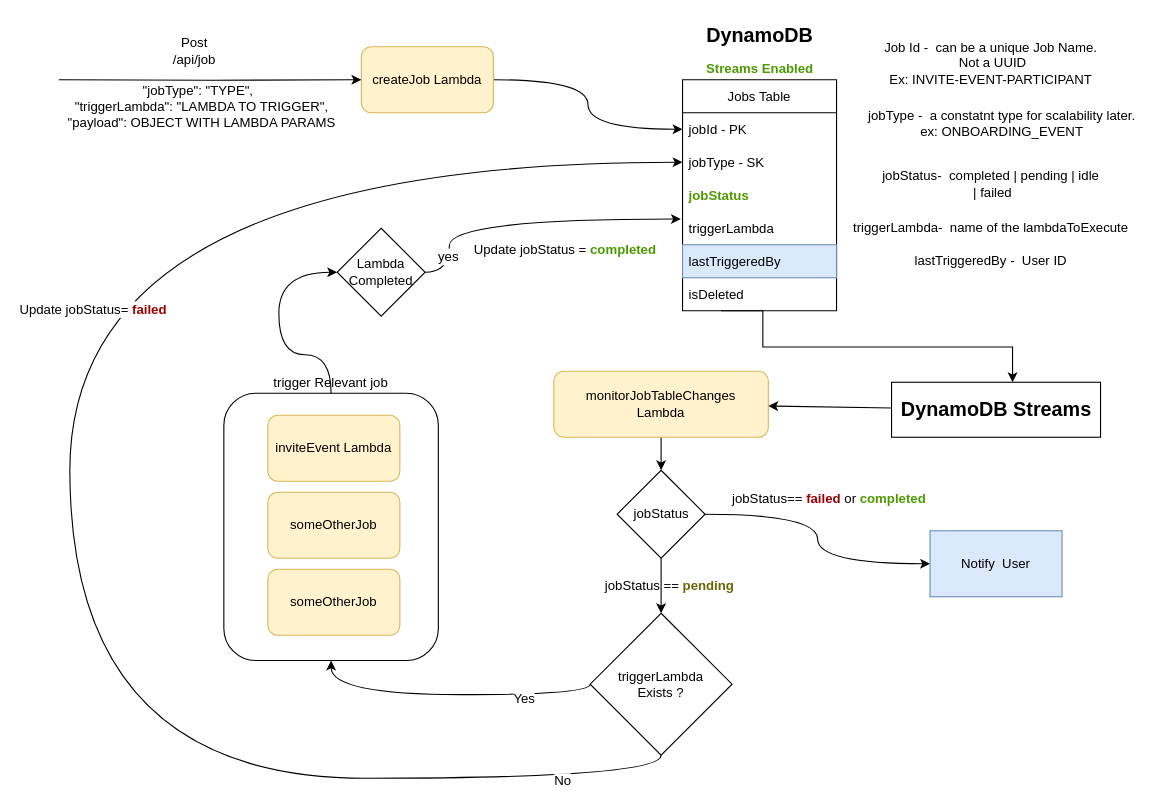
heshanWick/superglu-diagrams keeps this draw.io diagram as Background Job Flow.drawio. Above is the earlier version. Source tidied: cells renumbered, new cells numbered last; positions are measured from the earlier drawing's top-left corner, leaving out a move shared by most shapes. Both pictures are drawn from the tidied source at 110%, with x=0, y=0 at pixel (51, 19).
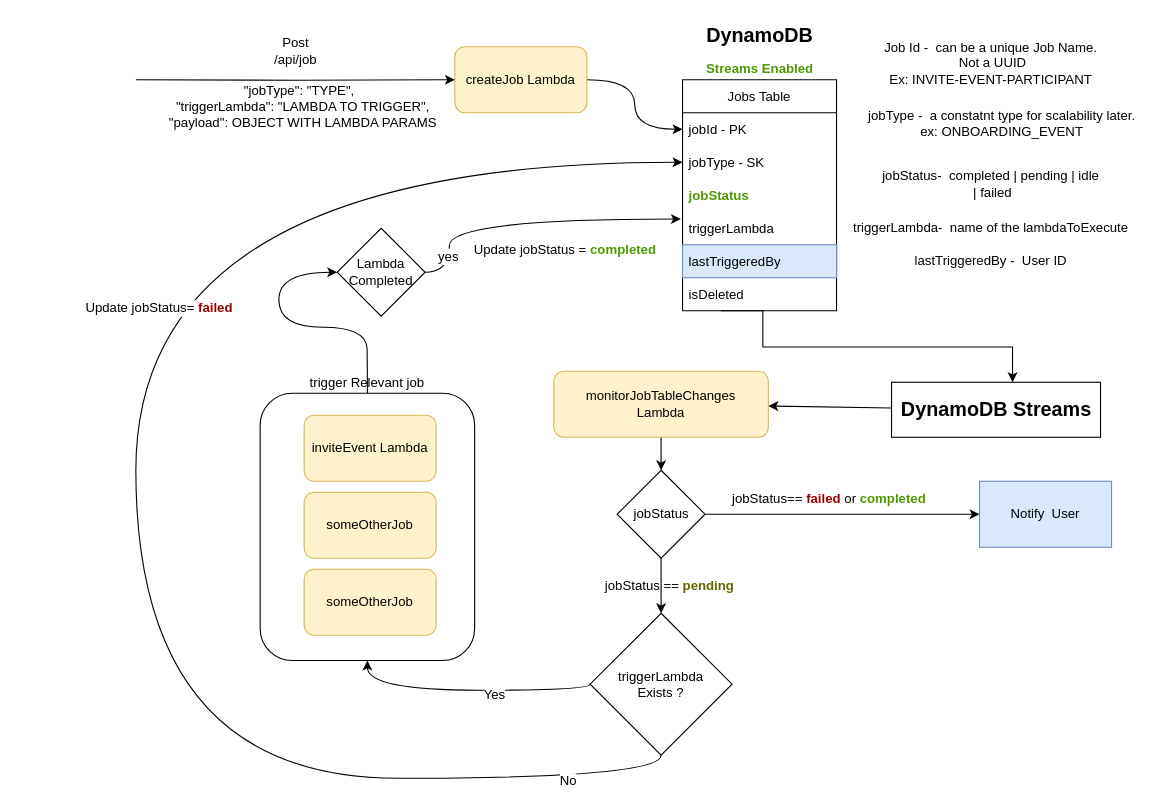
Above is the later version.

The change refers to these unchanged cells:
```xml
<mxCell id="5" value="jobType - SK" style="text;strokeColor=none;fillColor=none;align=left;verticalAlign=middle;spacingLeft=4;spacingRight=4;overflow=hidden;points=[[0,0.5],[1,0.5]];portConstraint=eastwest;" parent="3" vertex="1">
  <mxGeometry y="60" width="140" height="30" as="geometry" />
</mxCell>
<mxCell id="22" value="&lt;div&gt;Lambda&lt;/div&gt;&lt;div&gt;Completed&lt;br&gt;&lt;/div&gt;" style="rhombus;whiteSpace=wrap;html=1;fontSize=12;" parent="1" vertex="1">
  <mxGeometry x="260" y="190" width="80" height="80" as="geometry" />
</mxCell>
<mxCell id="28" value="&lt;div&gt;triggerLambda&lt;/div&gt;&lt;div&gt;Exists ?&lt;br&gt;&lt;/div&gt;" style="rhombus;whiteSpace=wrap;html=1;fontSize=12;" parent="1" vertex="1">
  <mxGeometry x="490" y="540" width="129" height="129" as="geometry" />
</mxCell>
<mxCell id="41" value="trigger Relevant job" style="rounded=1;whiteSpace=wrap;html=1;fontSize=12;labelPosition=center;verticalLabelPosition=top;align=center;verticalAlign=bottom;" parent="40" vertex="1">
  <mxGeometry width="195" height="243" as="geometry" />
</mxCell>
```

What changed in the source:
```diff
@@
     <mxCell id="13" value="createJob Lambda" style="rounded=1;whiteSpace=wrap;html=1;fontSize=12;fillColor=#fff2cc;strokeColor=#d6b656;" parent="1" vertex="1">
-      <mxGeometry x="282" y="25" width="120" height="60" as="geometry" />
+      <mxGeometry x="367" y="25" width="120" height="60" as="geometry" />
     </mxCell>
@@
     <mxCell id="23" style="edgeStyle=orthogonalEdgeStyle;curved=1;rounded=0;jettySize=auto;html=1;fontSize=12;exitX=0.5;exitY=1;exitDx=0;exitDy=0;entryX=0;entryY=0.5;entryDx=0;entryDy=0;" parent="1" edge="1" source="28" target="5">
       <mxGeometry relative="1" as="geometry">
         <Array as="points">
           <mxPoint x="554" y="690" />
-          <mxPoint x="17" y="690" />
-          <mxPoint x="17" y="130" />
+          <mxPoint x="77" y="690" />
+          <mxPoint x="77" y="130" />
         </Array>
       </mxGeometry>
     </mxCell>
@@
-    <mxCell id="26" style="edgeStyle=orthogonalEdgeStyle;rounded=0;jettySize=auto;html=1;exitX=0;exitY=0.5;exitDx=0;exitDy=0;entryX=0.5;entryY=1;entryDx=0;entryDy=0;fontSize=12;curved=1;" parent="1" edge="1" source="28" target="41">
+    <mxCell id="26" style="edgeStyle=orthogonalEdgeStyle;rounded=0;jettySize=auto;html=1;exitX=0;exitY=0.5;exitDx=0;exitDy=0;fontSize=12;curved=1;entryX=0.5;entryY=1;entryDx=0;entryDy=0;" parent="1" edge="1" source="28" target="41">
       <mxGeometry relative="1" as="geometry">
         <Array as="points">
-          <mxPoint x="254" y="614" />
+          <mxPoint x="490" y="610" />
+          <mxPoint x="288" y="610" />
         </Array>
       </mxGeometry>
     </mxCell>
     <mxCell id="27" value="Yes" style="edgeLabel;html=1;align=center;verticalAlign=middle;fontSize=12;" parent="26" vertex="1">
-      <mxGeometry x="-0.49" y="3" relative="1" as="geometry" />
+      <mxGeometry x="-0.49" y="3" relative="1" as="geometry">
+        <mxPoint x="-33" as="offset" />
+      </mxGeometry>
     </mxCell>
@@
     <mxCell id="34" value="Notify&amp;nbsp; User" style="rounded=0;whiteSpace=wrap;html=1;fontSize=12;fillColor=#dae8fc;strokeColor=#6c8ebf;" parent="1" vertex="1">
-      <mxGeometry x="799" y="465" width="120" height="60" as="geometry" />
+      <mxGeometry x="844" y="420" width="120" height="60" as="geometry" />
     </mxCell>
@@
     <mxCell id="36" style="edgeStyle=orthogonalEdgeStyle;rounded=0;jettySize=auto;html=1;" parent="1" edge="1" target="13">
       <mxGeometry relative="1" as="geometry">
-        <mxPoint x="7" y="55" as="sourcePoint" />
+        <mxPoint x="77" y="55" as="sourcePoint" />
       </mxGeometry>
     </mxCell>
     <mxCell id="37" value="&lt;div&gt;&lt;br&gt;&lt;/div&gt;&lt;div&gt;&lt;div&gt;Post&lt;/div&gt;&lt;div&gt;/api/job&lt;/div&gt;&lt;div&gt;&amp;nbsp; &lt;br&gt;&lt;/div&gt;&lt;/div&gt;&lt;div&gt;&amp;nbsp; &quot;jobType&quot;: &quot;TYPE&quot;,&lt;/div&gt;&amp;nbsp;&amp;nbsp;&amp;nbsp; &quot;triggerLambda&quot;: &quot;LAMBDA TO TRIGGER&quot;,&lt;br&gt;&amp;nbsp;&amp;nbsp;&amp;nbsp; &quot;payload&quot;: OBJECT WITH LAMBDA PARAMS&lt;br&gt;&lt;div&gt;&lt;br&gt;&lt;br&gt;&lt;/div&gt;" style="text;html=1;align=center;verticalAlign=middle;strokeColor=none;fillColor=none;fontSize=12;" parent="1" vertex="1">
-      <mxGeometry width="260" height="130" as="geometry" />
+      <mxGeometry x="92" width="260" height="130" as="geometry" />
     </mxCell>
@@
     <mxCell id="40" style="group;" parent="1" vertex="1">
-      <mxGeometry x="157" y="340" width="195" height="243" as="geometry" />
+      <mxGeometry x="190" y="340" width="195" height="243" as="geometry" />
     </mxCell>
@@
-    <mxCell id="45" style="edgeStyle=orthogonalEdgeStyle;curved=1;rounded=0;jettySize=auto;html=1;entryX=0;entryY=0.5;entryDx=0;entryDy=0;" parent="1" edge="1" source="41" target="22">
+    <mxCell id="45" style="edgeStyle=orthogonalEdgeStyle;curved=1;rounded=0;jettySize=auto;html=1;entryX=0;entryY=0.5;entryDx=0;entryDy=0;exitX=0.5;exitY=0;exitDx=0;exitDy=0;" parent="1" edge="1" source="41" target="22">
       <mxGeometry relative="1" as="geometry">
         <Array as="points">
-          <mxPoint x="254" y="305" />
-          <mxPoint x="207" y="305" />
+          <mxPoint x="287" y="320" />
+          <mxPoint x="287" y="280" />
+          <mxPoint x="207" y="280" />
           <mxPoint x="207" y="230" />
         </Array>
       </mxGeometry>
     </mxCell>
```
